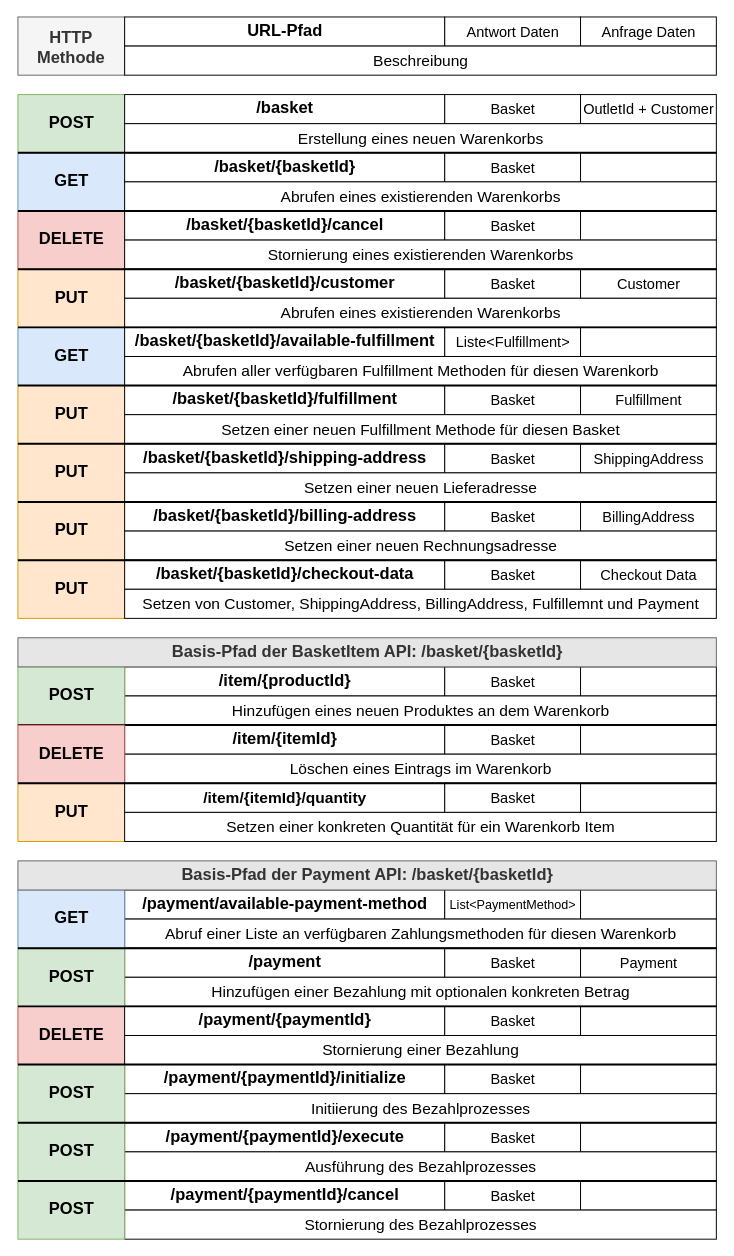
Before: svg/REST API.drawio in Thalmaier/bachelor-thesis, a draw.io diagram. Source tidied: cells renumbered, new cells numbered last; positions are measured from the earlier drawing's top-left corner, leaving out a move shared by most shapes. Both pictures are drawn from the tidied source at 97%, with x=0, y=0 at pixel (17, 16).
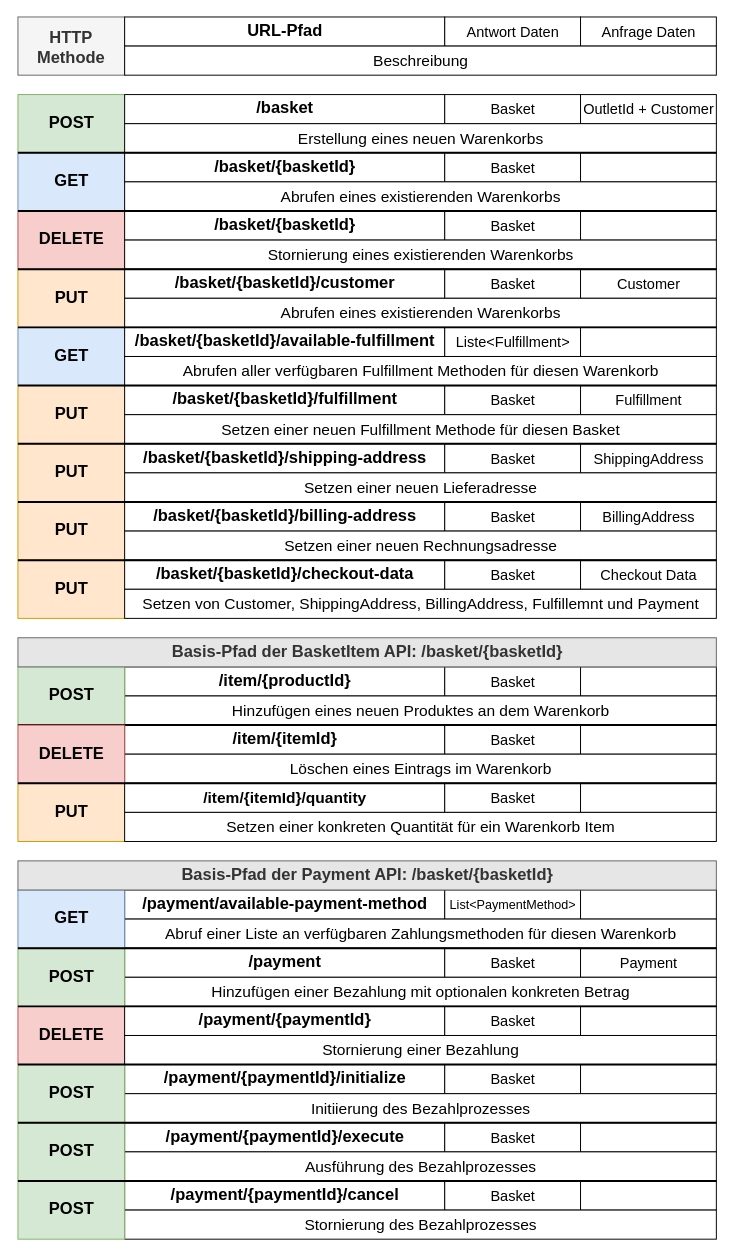
After the change.

Change to the diagram source:
```diff
@@
-    <mxCell id="17" value="/basket/{basketId}/cancel" style="rounded=0;html=1;fontStyle=1;fontSize=17;align=center;fillColor=#FFFFFF;strokeColor=#000000;" parent="1" vertex="1">
+    <mxCell id="17" value="/basket/{basketId}" style="rounded=0;html=1;fontStyle=1;fontSize=17;align=center;fillColor=#FFFFFF;strokeColor=#000000;" parent="1" vertex="1">
       <mxGeometry x="110" y="200" width="330" height="30" as="geometry" />
     </mxCell>
```
